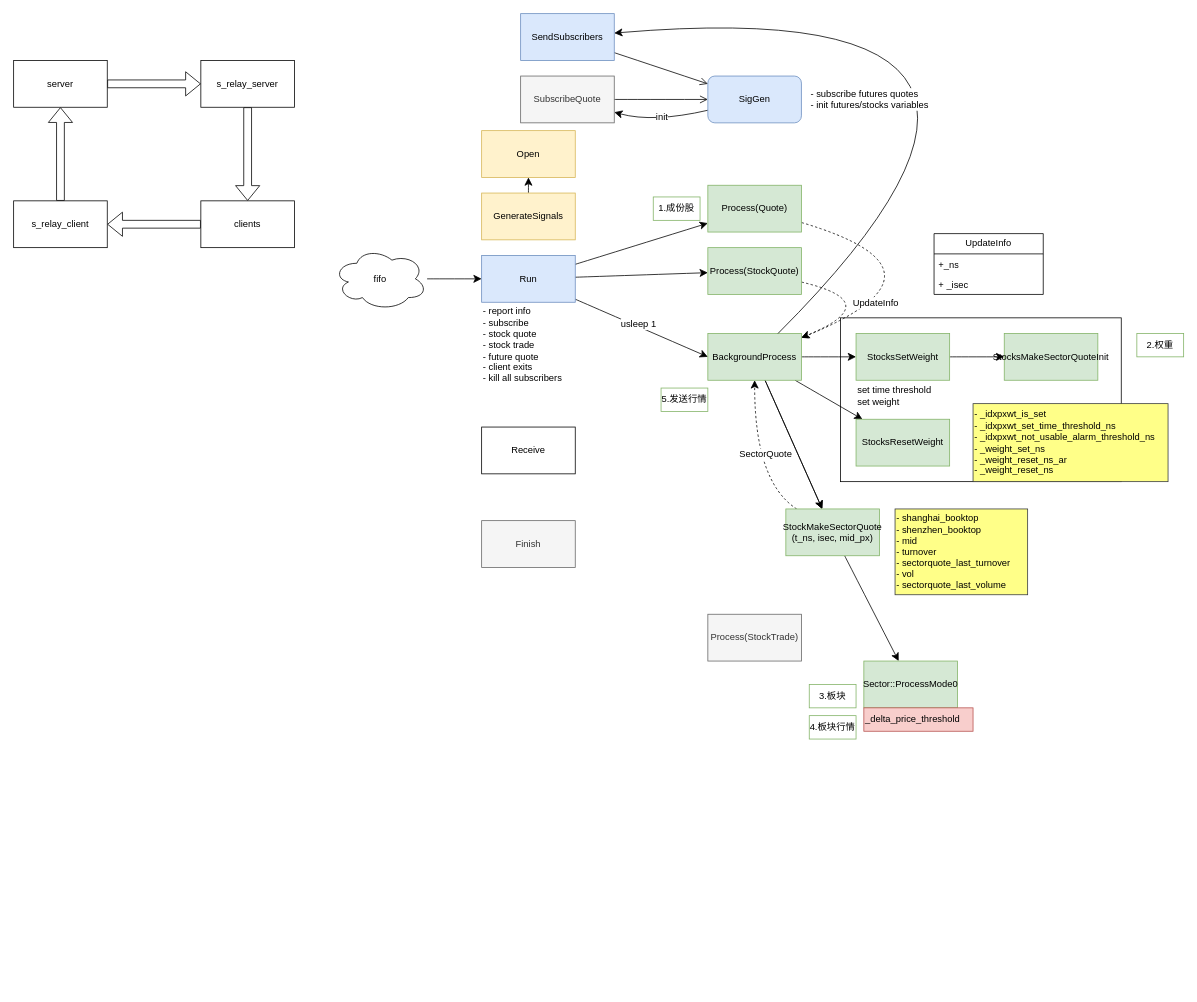
Above: page "siggen" (2 of 2) of tongdengfund/trader.drawio in mistyeye11/drawio (draw.io), before the change. Source tidied: cells renumbered, new cells numbered last; positions are measured from the earlier drawing's top-left corner, leaving out a move shared by most shapes. Both pictures are drawn from the tidied source at 78%, with x=0, y=0 at pixel (13, -10).
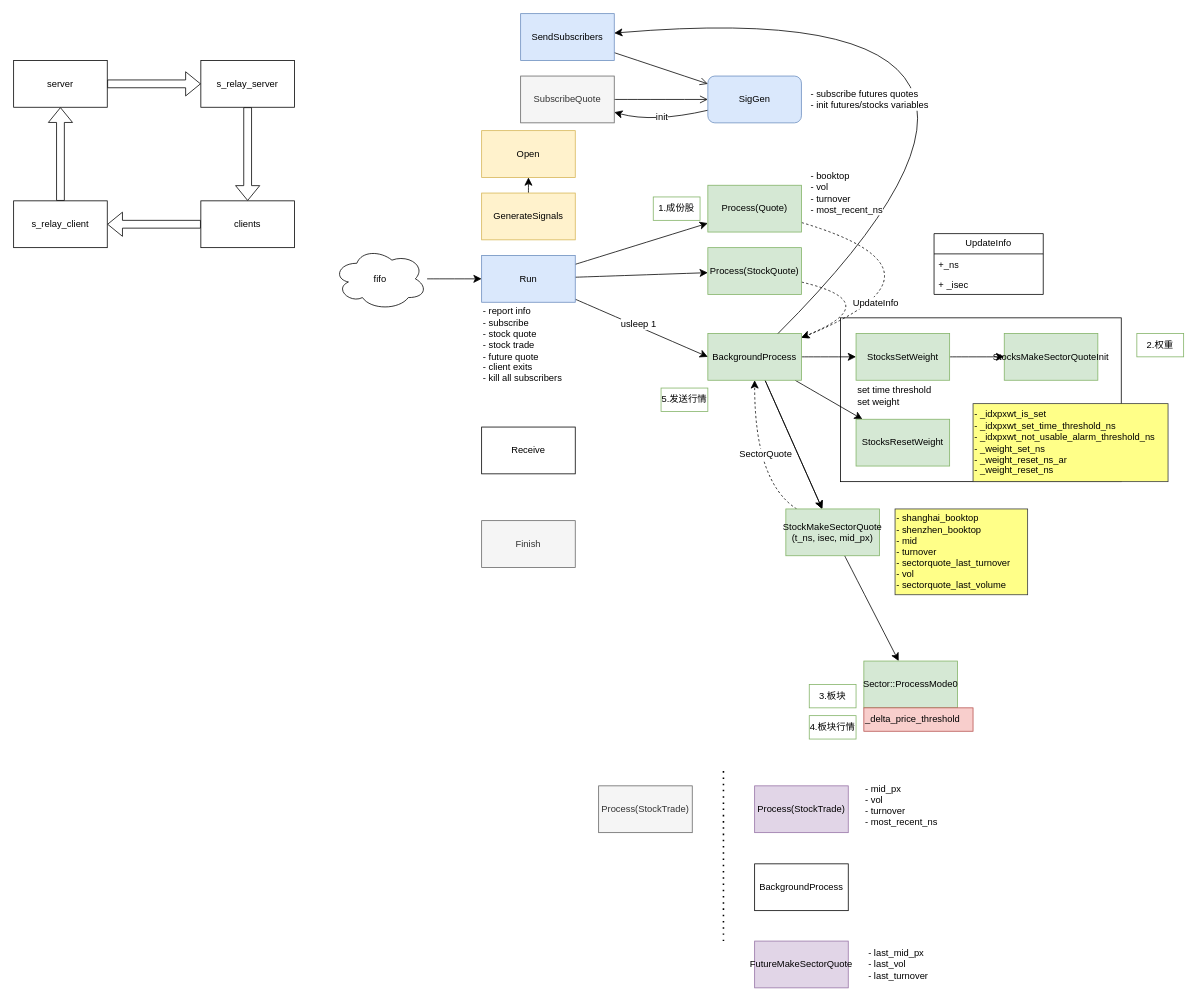
After the change.

The edit, as a diff of the source:
```diff
@@
     <mxCell id="8" value="&lt;div&gt;Process(StockTrade)&lt;/div&gt;" style="rounded=0;whiteSpace=wrap;html=1;strokeColor=#666666;align=center;verticalAlign=middle;fontFamily=Helvetica;fontSize=12;fontColor=#333333;labelBackgroundColor=none;fillColor=#f5f5f5;" parent="1" vertex="1">
-      <mxGeometry x="890" y="800" width="120" height="60" as="geometry" />
+      <mxGeometry x="750" y="1020" width="120" height="60" as="geometry" />
     </mxCell>
@@
+    <mxCell id="66" value="&lt;div&gt;- booktop&lt;br&gt;&lt;/div&gt;&lt;div&gt;- vol&lt;br&gt;&lt;/div&gt;&lt;div&gt;- turnover&lt;/div&gt;&lt;div&gt;- most_recent_ns&lt;br&gt;&lt;/div&gt;" style="text;html=1;align=left;verticalAlign=middle;strokeColor=none;fillColor=none;fontSize=12;fontFamily=Helvetica;fontColor=default;labelBackgroundColor=default;" parent="1" vertex="1">
+      <mxGeometry x="1020" y="225" width="120" height="70" as="geometry" />
+    </mxCell>
+    <mxCell id="67" style="endArrow=none;dashed=1;html=1;dashPattern=1 3;strokeWidth=2;rounded=0;fontSize=12;startSize=8;endSize=8;curved=1;" parent="1" edge="1">
+      <mxGeometry relative="1" as="geometry">
+        <mxPoint x="910" y="1219" as="sourcePoint" />
+        <mxPoint x="910" y="999" as="targetPoint" />
+      </mxGeometry>
+    </mxCell>
+    <mxCell id="68" value="&lt;div&gt;Process(StockTrade)&lt;/div&gt;" style="rounded=0;whiteSpace=wrap;html=1;strokeColor=#9673a6;align=center;verticalAlign=middle;fontFamily=Helvetica;fontSize=12;labelBackgroundColor=none;fillColor=#e1d5e7;" parent="1" vertex="1">
+      <mxGeometry x="950" y="1020" width="120" height="60" as="geometry" />
+    </mxCell>
+    <mxCell id="69" value="FutureMakeSectorQuote" style="rounded=0;whiteSpace=wrap;html=1;strokeColor=#9673a6;align=center;verticalAlign=middle;fontFamily=Helvetica;fontSize=12;labelBackgroundColor=none;fillColor=#e1d5e7;" parent="1" vertex="1">
+      <mxGeometry x="950" y="1219" width="120" height="60" as="geometry" />
+    </mxCell>
+    <mxCell id="70" value="BackgroundProcess" style="whiteSpace=wrap;html=1;" parent="1" vertex="1">
+      <mxGeometry x="950" y="1120" width="120" height="60" as="geometry" />
+    </mxCell>
+    <mxCell id="71" value="&lt;div&gt;- mid_px&lt;br&gt;&lt;/div&gt;&lt;div&gt;- vol&lt;br&gt;&lt;/div&gt;&lt;div&gt;- turnover&lt;/div&gt;&lt;div&gt;- most_recent_ns&lt;br&gt;&lt;/div&gt;" style="text;html=1;align=left;verticalAlign=middle;strokeColor=none;fillColor=none;fontSize=12;fontFamily=Helvetica;fontColor=default;labelBackgroundColor=default;" parent="1" vertex="1">
+      <mxGeometry x="1090" y="1010" width="120" height="70" as="geometry" />
+    </mxCell>
+    <mxCell id="72" value="&lt;div&gt;- last_mid_px&lt;br&gt;&lt;/div&gt;&lt;div&gt;- last_vol&lt;br&gt;&lt;/div&gt;&lt;div&gt;- last_turnover&lt;/div&gt;" style="text;html=1;align=left;verticalAlign=middle;strokeColor=none;fillColor=none;fontSize=12;fontFamily=Helvetica;fontColor=default;labelBackgroundColor=default;" parent="1" vertex="1">
+      <mxGeometry x="1094" y="1219" width="100" height="60" as="geometry" />
+    </mxCell>
```
